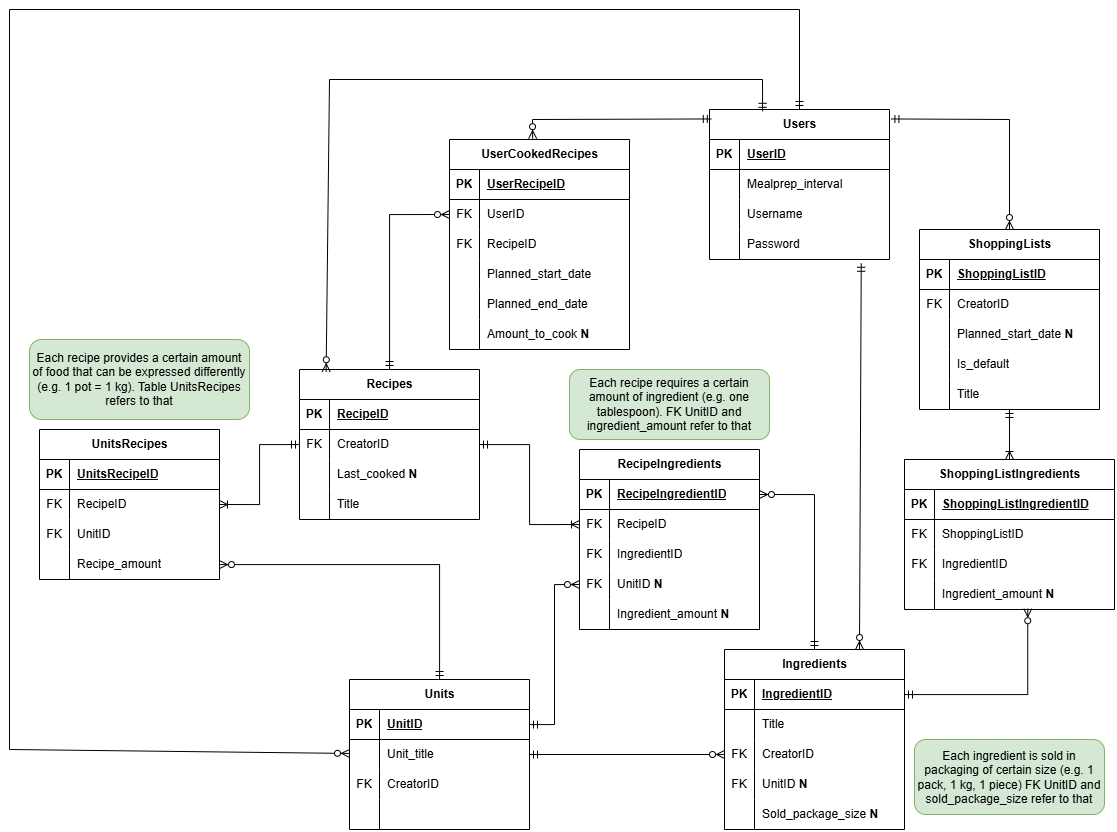
Before: pics/ERD.drawio.png, a diagram exported from draw.io (eirenfrin/meal_planner). Source tidied: cells renumbered, new cells last; positions are measured from the earlier drawing's top-left corner, leaving out a move shared by most shapes.
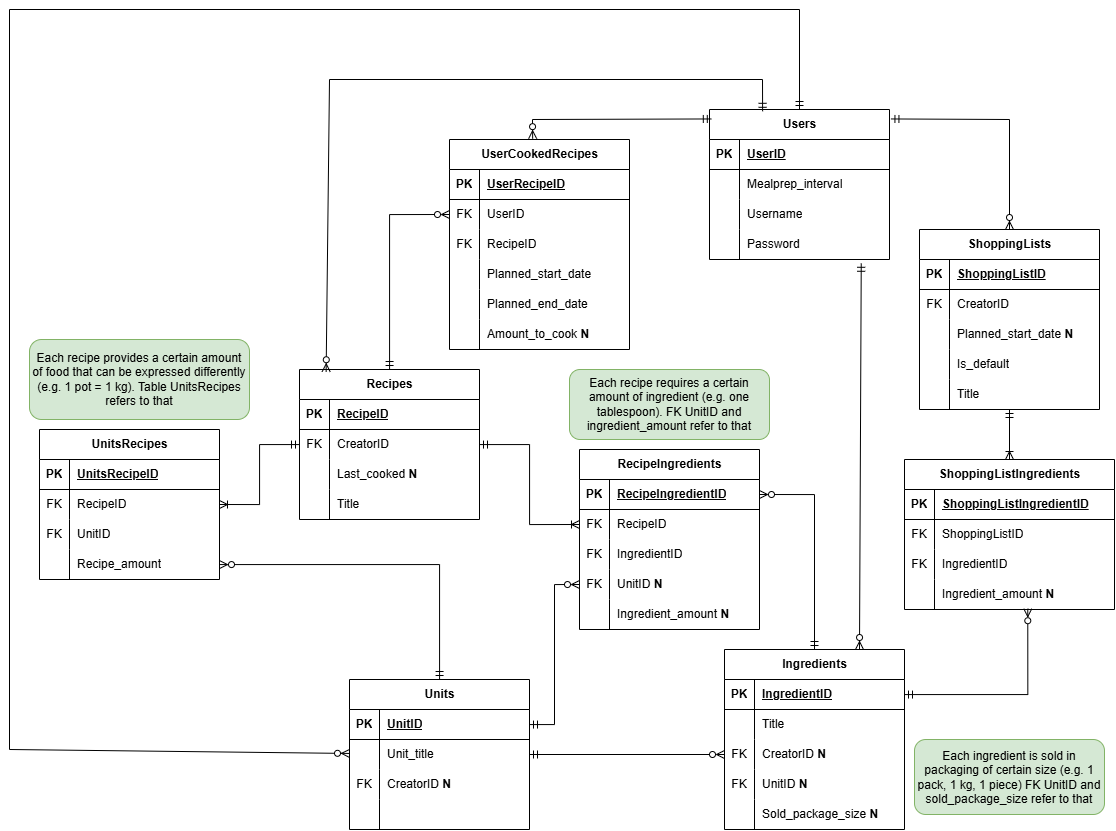
The same file after the commit.

Diff of the diagram source:
```diff
@@ -74,7 +74,7 @@
     <mxCell id="25" value="FK" style="shape=partialRectangle;fillColor=none;top=0;left=0;bottom=0;right=0;overflow=hidden;whiteSpace=wrap;html=1;" parent="24" vertex="1">
       <mxGeometry width="30" height="30" as="geometry" />
     </mxCell>
-    <mxCell id="26" value="CreatorID" style="shape=partialRectangle;fillColor=none;top=0;left=0;bottom=0;right=0;align=left;spacingLeft=6;overflow=hidden;whiteSpace=wrap;html=1;" parent="24" vertex="1">
+    <mxCell id="26" value="CreatorID &lt;b&gt;N&lt;/b&gt;" style="shape=partialRectangle;fillColor=none;top=0;left=0;bottom=0;right=0;align=left;spacingLeft=6;overflow=hidden;whiteSpace=wrap;html=1;" parent="24" vertex="1">
       <mxGeometry x="30" width="150" height="30" as="geometry" />
     </mxCell>
     <mxCell id="27" style="shape=tableRow;horizontal=0;startSize=0;swimlaneHead=0;swimlaneBody=0;fillColor=none;top=0;left=0;right=0;bottom=0;" parent="17" vertex="1">
@@ -215,7 +215,7 @@
     <mxCell id="72" value="FK" style="shape=partialRectangle;fillColor=none;top=0;left=0;bottom=0;right=0;overflow=hidden;whiteSpace=wrap;html=1;" parent="71" vertex="1">
       <mxGeometry width="30" height="30" as="geometry" />
     </mxCell>
-    <mxCell id="73" value="CreatorID" style="shape=partialRectangle;fillColor=none;top=0;left=0;bottom=0;right=0;align=left;spacingLeft=6;overflow=hidden;whiteSpace=wrap;html=1;" parent="71" vertex="1">
+    <mxCell id="73" value="CreatorID &lt;b&gt;N&lt;/b&gt;" style="shape=partialRectangle;fillColor=none;top=0;left=0;bottom=0;right=0;align=left;spacingLeft=6;overflow=hidden;whiteSpace=wrap;html=1;" parent="71" vertex="1">
       <mxGeometry x="30" width="150" height="30" as="geometry" />
     </mxCell>
     <mxCell id="74" style="shape=tableRow;horizontal=0;startSize=0;swimlaneHead=0;swimlaneBody=0;fillColor=none;top=0;left=0;right=0;bottom=0;" parent="64" vertex="1">
```
